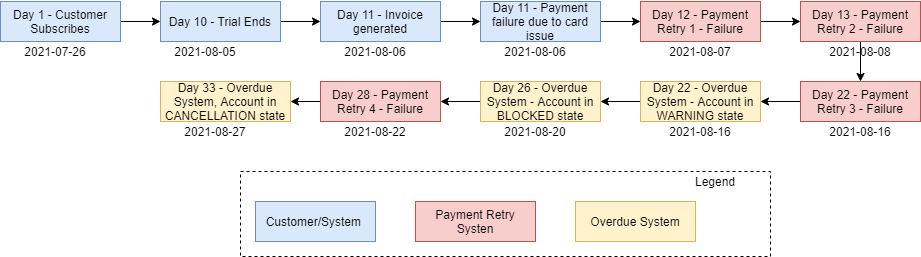
Earlier version of the draw.io export userguide/assets/img/overdue/overdue-flow4.png (killbill/killbill-docs). Source tidied: cells renumbered, new cells last; positions are measured from the earlier drawing's top-left corner, leaving out a move shared by most shapes. Its diagram source:
```xml
<mxGraphModel>
  <root>
    <mxCell id="0" />
    <mxCell id="1" parent="0" />
    <mxCell id="2" style="edgeStyle=orthogonalEdgeStyle;rounded=0;jettySize=auto;html=1;exitX=1;exitY=0.5;exitDx=0;exitDy=0;entryX=0;entryY=0.5;entryDx=0;entryDy=0;" parent="1" edge="1" source="3" target="13">
      <mxGeometry relative="1" as="geometry" />
    </mxCell>
    <mxCell id="3" value="Day 1 - Customer Subscribes&lt;br&gt;" style="rounded=0;whiteSpace=wrap;html=1;fillColor=#dae8fc;strokeColor=#6c8ebf;" parent="1" vertex="1">
      <mxGeometry width="120" height="40" as="geometry" />
    </mxCell>
    <mxCell id="4" style="edgeStyle=orthogonalEdgeStyle;rounded=0;jettySize=auto;html=1;exitX=1;exitY=0.5;exitDx=0;exitDy=0;entryX=0;entryY=0.5;entryDx=0;entryDy=0;" parent="1" edge="1" source="5" target="7">
      <mxGeometry relative="1" as="geometry" />
    </mxCell>
    <mxCell id="5" value="Day 11 - Payment failure due to card issue" style="rounded=0;whiteSpace=wrap;html=1;fillColor=#dae8fc;strokeColor=#6c8ebf;" parent="1" vertex="1">
      <mxGeometry x="480" width="120" height="40" as="geometry" />
    </mxCell>
    <mxCell id="6" style="edgeStyle=orthogonalEdgeStyle;rounded=0;jettySize=auto;html=1;exitX=1;exitY=0.5;exitDx=0;exitDy=0;" parent="1" edge="1" source="7" target="9">
      <mxGeometry relative="1" as="geometry" />
    </mxCell>
    <mxCell id="7" value="Day 12 - Payment Retry 1 - Failure" style="rounded=0;whiteSpace=wrap;html=1;fillColor=#f8cecc;strokeColor=#b85450;" parent="1" vertex="1">
      <mxGeometry x="640" width="120" height="40" as="geometry" />
    </mxCell>
    <mxCell id="8" style="edgeStyle=orthogonalEdgeStyle;rounded=0;jettySize=auto;html=1;exitX=0.5;exitY=1;exitDx=0;exitDy=0;entryX=0.5;entryY=0;entryDx=0;entryDy=0;" parent="1" edge="1" source="9" target="11">
      <mxGeometry relative="1" as="geometry" />
    </mxCell>
    <mxCell id="9" value="Day 13 - Payment Retry 2 - Failure" style="rounded=0;whiteSpace=wrap;html=1;fillColor=#f8cecc;strokeColor=#b85450;" parent="1" vertex="1">
      <mxGeometry x="800" width="120" height="40" as="geometry" />
    </mxCell>
    <mxCell id="10" style="edgeStyle=orthogonalEdgeStyle;rounded=0;jettySize=auto;html=1;exitX=0;exitY=0.5;exitDx=0;exitDy=0;" parent="1" edge="1" source="11" target="21">
      <mxGeometry relative="1" as="geometry" />
    </mxCell>
    <mxCell id="11" value="Day 22 - Payment Retry 3 - Failure" style="rounded=0;whiteSpace=wrap;html=1;fillColor=#f8cecc;strokeColor=#b85450;" parent="1" vertex="1">
      <mxGeometry x="800" y="80" width="120" height="40" as="geometry" />
    </mxCell>
    <mxCell id="12" style="edgeStyle=orthogonalEdgeStyle;rounded=0;jettySize=auto;html=1;exitX=1;exitY=0.5;exitDx=0;exitDy=0;entryX=0;entryY=0.5;entryDx=0;entryDy=0;" parent="1" edge="1" source="13" target="37">
      <mxGeometry relative="1" as="geometry" />
    </mxCell>
    <mxCell id="13" value="Day 10 - Trial Ends" style="rounded=0;whiteSpace=wrap;html=1;fillColor=#dae8fc;strokeColor=#6c8ebf;" parent="1" vertex="1">
      <mxGeometry x="160" width="120" height="40" as="geometry" />
    </mxCell>
    <mxCell id="14" value="2021-07-26" style="text;html=1;strokeColor=none;fillColor=none;align=center;verticalAlign=middle;whiteSpace=wrap;rounded=0;" parent="1" vertex="1">
      <mxGeometry x="10" y="40" width="90" height="20" as="geometry" />
    </mxCell>
    <mxCell id="15" value="2021-08-05" style="text;html=1;strokeColor=none;fillColor=none;align=center;verticalAlign=middle;whiteSpace=wrap;rounded=0;" parent="1" vertex="1">
      <mxGeometry x="160" y="40" width="90" height="20" as="geometry" />
    </mxCell>
    <mxCell id="16" value="2021-08-06" style="text;html=1;strokeColor=none;fillColor=none;align=center;verticalAlign=middle;whiteSpace=wrap;rounded=0;" parent="1" vertex="1">
      <mxGeometry x="490" y="40" width="90" height="20" as="geometry" />
    </mxCell>
    <mxCell id="17" value="2021-08-07" style="text;html=1;strokeColor=none;fillColor=none;align=center;verticalAlign=middle;whiteSpace=wrap;rounded=0;" parent="1" vertex="1">
      <mxGeometry x="655" y="40" width="90" height="20" as="geometry" />
    </mxCell>
    <mxCell id="18" value="2021-08-08" style="text;html=1;strokeColor=none;fillColor=none;align=center;verticalAlign=middle;whiteSpace=wrap;rounded=0;" parent="1" vertex="1">
      <mxGeometry x="815" y="40" width="90" height="20" as="geometry" />
    </mxCell>
    <mxCell id="19" value="2021-08-16" style="text;html=1;strokeColor=none;fillColor=none;align=center;verticalAlign=middle;whiteSpace=wrap;rounded=0;" parent="1" vertex="1">
      <mxGeometry x="815" y="120" width="90" height="20" as="geometry" />
    </mxCell>
    <mxCell id="20" style="edgeStyle=orthogonalEdgeStyle;rounded=0;jettySize=auto;html=1;exitX=0;exitY=0.5;exitDx=0;exitDy=0;" parent="1" edge="1" source="21" target="24">
      <mxGeometry relative="1" as="geometry" />
    </mxCell>
    <mxCell id="21" value="Day 22 - Overdue System - Account in WARNING state" style="rounded=0;whiteSpace=wrap;html=1;fillColor=#fff2cc;strokeColor=#d6b656;" parent="1" vertex="1">
      <mxGeometry x="640" y="80" width="120" height="40" as="geometry" />
    </mxCell>
    <mxCell id="22" value="2021-08-16" style="text;html=1;strokeColor=none;fillColor=none;align=center;verticalAlign=middle;whiteSpace=wrap;rounded=0;" parent="1" vertex="1">
      <mxGeometry x="655" y="120" width="90" height="20" as="geometry" />
    </mxCell>
    <mxCell id="23" style="edgeStyle=orthogonalEdgeStyle;rounded=0;jettySize=auto;html=1;exitX=0;exitY=0.5;exitDx=0;exitDy=0;entryX=1;entryY=0.5;entryDx=0;entryDy=0;" parent="1" edge="1" source="24" target="29">
      <mxGeometry relative="1" as="geometry" />
    </mxCell>
    <mxCell id="24" value="Day 26 - Overdue System - Account in BLOCKED state" style="rounded=0;whiteSpace=wrap;html=1;fillColor=#fff2cc;strokeColor=#d6b656;" parent="1" vertex="1">
      <mxGeometry x="480" y="80" width="120" height="40" as="geometry" />
    </mxCell>
    <mxCell id="25" value="2021-08-20" style="text;html=1;strokeColor=none;fillColor=none;align=center;verticalAlign=middle;whiteSpace=wrap;rounded=0;" parent="1" vertex="1">
      <mxGeometry x="490" y="120" width="90" height="20" as="geometry" />
    </mxCell>
    <mxCell id="26" value="2021-08-27" style="text;html=1;strokeColor=none;fillColor=none;align=center;verticalAlign=middle;whiteSpace=wrap;rounded=0;" parent="1" vertex="1">
      <mxGeometry x="170" y="120" width="90" height="20" as="geometry" />
    </mxCell>
    <mxCell id="27" value="Day 33 - Overdue System, Account in CANCELLATION state" style="rounded=0;whiteSpace=wrap;html=1;fillColor=#fff2cc;strokeColor=#d6b656;" parent="1" vertex="1">
      <mxGeometry x="160" y="80" width="130" height="40" as="geometry" />
    </mxCell>
    <mxCell id="28" style="edgeStyle=orthogonalEdgeStyle;rounded=0;jettySize=auto;html=1;exitX=0;exitY=0.5;exitDx=0;exitDy=0;entryX=1;entryY=0.5;entryDx=0;entryDy=0;" parent="1" edge="1" source="29" target="27">
      <mxGeometry relative="1" as="geometry" />
    </mxCell>
    <mxCell id="29" value="Day 28 - Payment Retry 4 - Failure" style="rounded=0;whiteSpace=wrap;html=1;fillColor=#f8cecc;strokeColor=#b85450;" parent="1" vertex="1">
      <mxGeometry x="320" y="80" width="120" height="40" as="geometry" />
    </mxCell>
    <mxCell id="30" value="2021-08-22" style="text;html=1;strokeColor=none;fillColor=none;align=center;verticalAlign=middle;whiteSpace=wrap;rounded=0;" parent="1" vertex="1">
      <mxGeometry x="330" y="120" width="90" height="20" as="geometry" />
    </mxCell>
    <mxCell id="31" value="Customer/System&amp;nbsp;" style="rounded=0;whiteSpace=wrap;html=1;fillColor=#dae8fc;strokeColor=#6c8ebf;" parent="1" vertex="1">
      <mxGeometry x="255" y="200" width="120" height="40" as="geometry" />
    </mxCell>
    <mxCell id="32" value="Payment Retry Systen" style="rounded=0;whiteSpace=wrap;html=1;fillColor=#f8cecc;strokeColor=#b85450;" parent="1" vertex="1">
      <mxGeometry x="415" y="200" width="120" height="40" as="geometry" />
    </mxCell>
    <mxCell id="33" style="rounded=0;whiteSpace=wrap;html=1;fillColor=none;dashed=1;" parent="1" vertex="1">
      <mxGeometry x="240" y="170" width="530" height="85" as="geometry" />
    </mxCell>
    <mxCell id="34" value="Overdue System" style="rounded=0;whiteSpace=wrap;html=1;fillColor=#fff2cc;strokeColor=#d6b656;" parent="1" vertex="1">
      <mxGeometry x="575" y="200" width="120" height="40" as="geometry" />
    </mxCell>
    <mxCell id="35" value="Legend" style="text;html=1;strokeColor=none;fillColor=none;align=center;verticalAlign=middle;whiteSpace=wrap;rounded=0;dashed=1;" parent="1" vertex="1">
      <mxGeometry x="695" y="170" width="40" height="20" as="geometry" />
    </mxCell>
    <mxCell id="36" style="edgeStyle=orthogonalEdgeStyle;rounded=0;jettySize=auto;html=1;exitX=1;exitY=0.5;exitDx=0;exitDy=0;" parent="1" edge="1" source="37" target="5">
      <mxGeometry relative="1" as="geometry" />
    </mxCell>
    <mxCell id="37" value="Day 11 - Invoice generated" style="rounded=0;whiteSpace=wrap;html=1;fillColor=#dae8fc;strokeColor=#6c8ebf;" parent="1" vertex="1">
      <mxGeometry x="320" width="120" height="40" as="geometry" />
    </mxCell>
    <mxCell id="38" value="2021-08-06" style="text;html=1;strokeColor=none;fillColor=none;align=center;verticalAlign=middle;whiteSpace=wrap;rounded=0;" parent="1" vertex="1">
      <mxGeometry x="330" y="35" width="90" height="30" as="geometry" />
    </mxCell>
  </root>
</mxGraphModel>
```
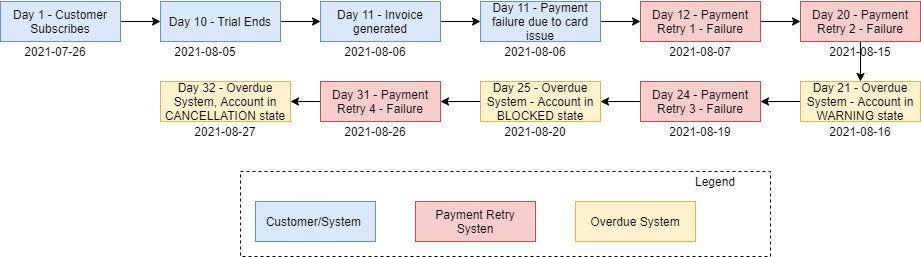
The same file after the commit.

The edit, as a diff of the source:
```diff
@@ -20,18 +20,14 @@
     <mxCell id="7" value="Day 12 - Payment Retry 1 - Failure" style="rounded=0;whiteSpace=wrap;html=1;fillColor=#f8cecc;strokeColor=#b85450;" parent="1" vertex="1">
       <mxGeometry x="640" width="120" height="40" as="geometry" />
     </mxCell>
-    <mxCell id="8" style="edgeStyle=orthogonalEdgeStyle;rounded=0;jettySize=auto;html=1;exitX=0.5;exitY=1;exitDx=0;exitDy=0;entryX=0.5;entryY=0;entryDx=0;entryDy=0;" parent="1" edge="1" source="9" target="11">
-      <mxGeometry relative="1" as="geometry" />
+    <mxCell id="8" style="edgeStyle=orthogonalEdgeStyle;rounded=0;jettySize=auto;html=1;exitX=0.5;exitY=1;exitDx=0;exitDy=0;entryX=0.5;entryY=0;entryDx=0;entryDy=0;" parent="1" edge="1" source="9">
+      <mxGeometry relative="1" as="geometry">
+        <mxPoint x="860" y="80" as="targetPoint" />
+      </mxGeometry>
     </mxCell>
-    <mxCell id="9" value="Day 13 - Payment Retry 2 - Failure" style="rounded=0;whiteSpace=wrap;html=1;fillColor=#f8cecc;strokeColor=#b85450;" parent="1" vertex="1">
+    <mxCell id="9" value="Day 20 - Payment Retry 2 - Failure" style="rounded=0;whiteSpace=wrap;html=1;fillColor=#f8cecc;strokeColor=#b85450;" parent="1" vertex="1">
       <mxGeometry x="800" width="120" height="40" as="geometry" />
     </mxCell>
-    <mxCell id="10" style="edgeStyle=orthogonalEdgeStyle;rounded=0;jettySize=auto;html=1;exitX=0;exitY=0.5;exitDx=0;exitDy=0;" parent="1" edge="1" source="11" target="21">
-      <mxGeometry relative="1" as="geometry" />
-    </mxCell>
-    <mxCell id="11" value="Day 22 - Payment Retry 3 - Failure" style="rounded=0;whiteSpace=wrap;html=1;fillColor=#f8cecc;strokeColor=#b85450;" parent="1" vertex="1">
-      <mxGeometry x="800" y="80" width="120" height="40" as="geometry" />
-    </mxCell>
     <mxCell id="12" style="edgeStyle=orthogonalEdgeStyle;rounded=0;jettySize=auto;html=1;exitX=1;exitY=0.5;exitDx=0;exitDy=0;entryX=0;entryY=0.5;entryDx=0;entryDy=0;" parent="1" edge="1" source="13" target="37">
       <mxGeometry relative="1" as="geometry" />
     </mxCell>
@@ -50,44 +46,40 @@
     <mxCell id="17" value="2021-08-07" style="text;html=1;strokeColor=none;fillColor=none;align=center;verticalAlign=middle;whiteSpace=wrap;rounded=0;" parent="1" vertex="1">
       <mxGeometry x="655" y="40" width="90" height="20" as="geometry" />
     </mxCell>
-    <mxCell id="18" value="2021-08-08" style="text;html=1;strokeColor=none;fillColor=none;align=center;verticalAlign=middle;whiteSpace=wrap;rounded=0;" parent="1" vertex="1">
+    <mxCell id="18" value="2021-08-15" style="text;html=1;strokeColor=none;fillColor=none;align=center;verticalAlign=middle;whiteSpace=wrap;rounded=0;" parent="1" vertex="1">
       <mxGeometry x="815" y="40" width="90" height="20" as="geometry" />
     </mxCell>
-    <mxCell id="19" value="2021-08-16" style="text;html=1;strokeColor=none;fillColor=none;align=center;verticalAlign=middle;whiteSpace=wrap;rounded=0;" parent="1" vertex="1">
-      <mxGeometry x="815" y="120" width="90" height="20" as="geometry" />
-    </mxCell>
-    <mxCell id="20" style="edgeStyle=orthogonalEdgeStyle;rounded=0;jettySize=auto;html=1;exitX=0;exitY=0.5;exitDx=0;exitDy=0;" parent="1" edge="1" source="21" target="24">
-      <mxGeometry relative="1" as="geometry" />
+    <mxCell id="20" style="edgeStyle=orthogonalEdgeStyle;rounded=0;jettySize=auto;html=1;exitX=0;exitY=0.5;exitDx=0;exitDy=0;" parent="1" edge="1" source="21">
+      <mxGeometry relative="1" as="geometry">
+        <mxPoint x="760" y="100" as="targetPoint" />
+      </mxGeometry>
     </mxCell>
-    <mxCell id="21" value="Day 22 - Overdue System - Account in WARNING state" style="rounded=0;whiteSpace=wrap;html=1;fillColor=#fff2cc;strokeColor=#d6b656;" parent="1" vertex="1">
-      <mxGeometry x="640" y="80" width="120" height="40" as="geometry" />
+    <mxCell id="21" value="Day 21 - Overdue System - Account in WARNING state" style="rounded=0;whiteSpace=wrap;html=1;fillColor=#fff2cc;strokeColor=#d6b656;" parent="1" vertex="1">
+      <mxGeometry x="800" y="80" width="120" height="40" as="geometry" />
     </mxCell>
     <mxCell id="22" value="2021-08-16" style="text;html=1;strokeColor=none;fillColor=none;align=center;verticalAlign=middle;whiteSpace=wrap;rounded=0;" parent="1" vertex="1">
-      <mxGeometry x="655" y="120" width="90" height="20" as="geometry" />
+      <mxGeometry x="815" y="120" width="90" height="20" as="geometry" />
     </mxCell>
     <mxCell id="23" style="edgeStyle=orthogonalEdgeStyle;rounded=0;jettySize=auto;html=1;exitX=0;exitY=0.5;exitDx=0;exitDy=0;entryX=1;entryY=0.5;entryDx=0;entryDy=0;" parent="1" edge="1" source="24" target="29">
       <mxGeometry relative="1" as="geometry" />
     </mxCell>
-    <mxCell id="24" value="Day 26 - Overdue System - Account in BLOCKED state" style="rounded=0;whiteSpace=wrap;html=1;fillColor=#fff2cc;strokeColor=#d6b656;" parent="1" vertex="1">
+    <mxCell id="24" value="Day 25 - Overdue System - Account in BLOCKED state" style="rounded=0;whiteSpace=wrap;html=1;fillColor=#fff2cc;strokeColor=#d6b656;" parent="1" vertex="1">
       <mxGeometry x="480" y="80" width="120" height="40" as="geometry" />
     </mxCell>
-    <mxCell id="25" value="2021-08-20" style="text;html=1;strokeColor=none;fillColor=none;align=center;verticalAlign=middle;whiteSpace=wrap;rounded=0;" parent="1" vertex="1">
-      <mxGeometry x="490" y="120" width="90" height="20" as="geometry" />
-    </mxCell>
-    <mxCell id="26" value="2021-08-27" style="text;html=1;strokeColor=none;fillColor=none;align=center;verticalAlign=middle;whiteSpace=wrap;rounded=0;" parent="1" vertex="1">
-      <mxGeometry x="170" y="120" width="90" height="20" as="geometry" />
+    <mxCell id="26" value="2021-08-26" style="text;html=1;strokeColor=none;fillColor=none;align=center;verticalAlign=middle;whiteSpace=wrap;rounded=0;" parent="1" vertex="1">
+      <mxGeometry x="330" y="120" width="90" height="20" as="geometry" />
     </mxCell>
-    <mxCell id="27" value="Day 33 - Overdue System, Account in CANCELLATION state" style="rounded=0;whiteSpace=wrap;html=1;fillColor=#fff2cc;strokeColor=#d6b656;" parent="1" vertex="1">
+    <mxCell id="27" value="Day 32 - Overdue System, Account in CANCELLATION state" style="rounded=0;whiteSpace=wrap;html=1;fillColor=#fff2cc;strokeColor=#d6b656;" parent="1" vertex="1">
       <mxGeometry x="160" y="80" width="130" height="40" as="geometry" />
     </mxCell>
     <mxCell id="28" style="edgeStyle=orthogonalEdgeStyle;rounded=0;jettySize=auto;html=1;exitX=0;exitY=0.5;exitDx=0;exitDy=0;entryX=1;entryY=0.5;entryDx=0;entryDy=0;" parent="1" edge="1" source="29" target="27">
       <mxGeometry relative="1" as="geometry" />
     </mxCell>
-    <mxCell id="29" value="Day 28 - Payment Retry 4 - Failure" style="rounded=0;whiteSpace=wrap;html=1;fillColor=#f8cecc;strokeColor=#b85450;" parent="1" vertex="1">
+    <mxCell id="29" value="Day 31 - Payment Retry 4 - Failure" style="rounded=0;whiteSpace=wrap;html=1;fillColor=#f8cecc;strokeColor=#b85450;" parent="1" vertex="1">
       <mxGeometry x="320" y="80" width="120" height="40" as="geometry" />
     </mxCell>
-    <mxCell id="30" value="2021-08-22" style="text;html=1;strokeColor=none;fillColor=none;align=center;verticalAlign=middle;whiteSpace=wrap;rounded=0;" parent="1" vertex="1">
-      <mxGeometry x="330" y="120" width="90" height="20" as="geometry" />
+    <mxCell id="30" value="2021-08-20" style="text;html=1;strokeColor=none;fillColor=none;align=center;verticalAlign=middle;whiteSpace=wrap;rounded=0;" parent="1" vertex="1">
+      <mxGeometry x="490" y="120" width="90" height="20" as="geometry" />
     </mxCell>
     <mxCell id="31" value="Customer/System&amp;nbsp;" style="rounded=0;whiteSpace=wrap;html=1;fillColor=#dae8fc;strokeColor=#6c8ebf;" parent="1" vertex="1">
       <mxGeometry x="255" y="200" width="120" height="40" as="geometry" />
@@ -113,5 +105,17 @@
     <mxCell id="38" value="2021-08-06" style="text;html=1;strokeColor=none;fillColor=none;align=center;verticalAlign=middle;whiteSpace=wrap;rounded=0;" parent="1" vertex="1">
       <mxGeometry x="330" y="35" width="90" height="30" as="geometry" />
     </mxCell>
+    <mxCell id="39" value="2021-08-19" style="text;html=1;strokeColor=none;fillColor=none;align=center;verticalAlign=middle;whiteSpace=wrap;rounded=0;" parent="1" vertex="1">
+      <mxGeometry x="655" y="120" width="90" height="20" as="geometry" />
+    </mxCell>
+    <mxCell id="40" style="edgeStyle=orthogonalEdgeStyle;rounded=0;jettySize=auto;html=1;exitX=0;exitY=0.5;exitDx=0;exitDy=0;" parent="1" edge="1" source="41" target="24">
+      <mxGeometry relative="1" as="geometry" />
+    </mxCell>
+    <mxCell id="41" value="Day 24 - Payment Retry 3 - Failure" style="rounded=0;whiteSpace=wrap;html=1;fillColor=#f8cecc;strokeColor=#b85450;" parent="1" vertex="1">
+      <mxGeometry x="640" y="80" width="120" height="40" as="geometry" />
+    </mxCell>
+    <mxCell id="42" value="2021-08-27" style="text;html=1;strokeColor=none;fillColor=none;align=center;verticalAlign=middle;whiteSpace=wrap;rounded=0;" parent="1" vertex="1">
+      <mxGeometry x="180" y="120" width="90" height="20" as="geometry" />
+    </mxCell>
   </root>
 </mxGraphModel>
```
